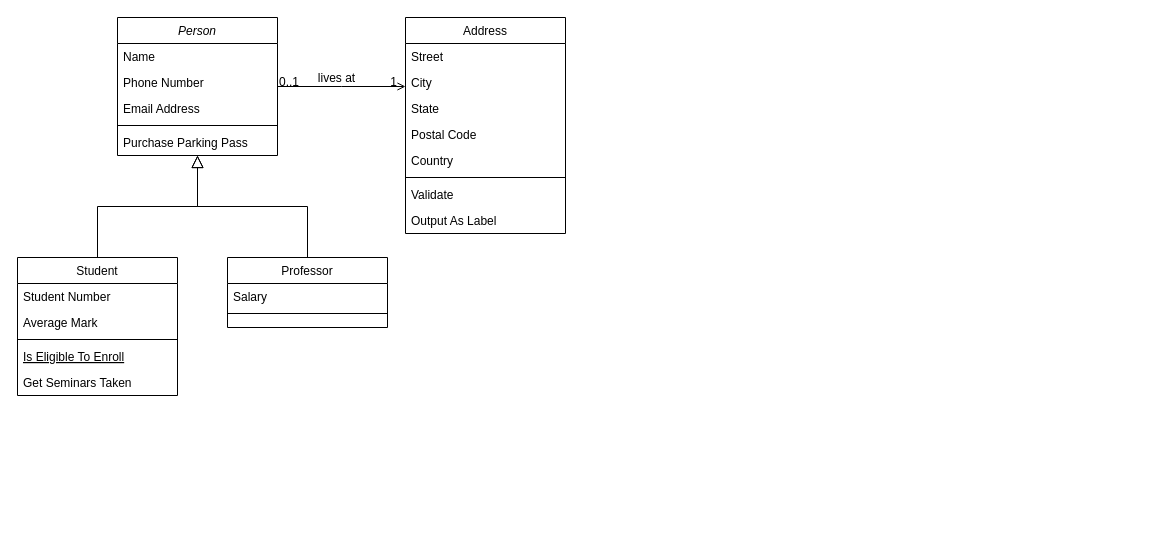
soukrat/diagram-yana keeps this draw.io diagram as Untitled Diagram.drawio. Above is the earlier version. Source tidied: cells renumbered, new cells numbered last; positions are measured from the earlier drawing's top-left corner, leaving out a move shared by most shapes. Both pictures are drawn from the tidied source at 100%, with x=0, y=0 at pixel (17, 17).
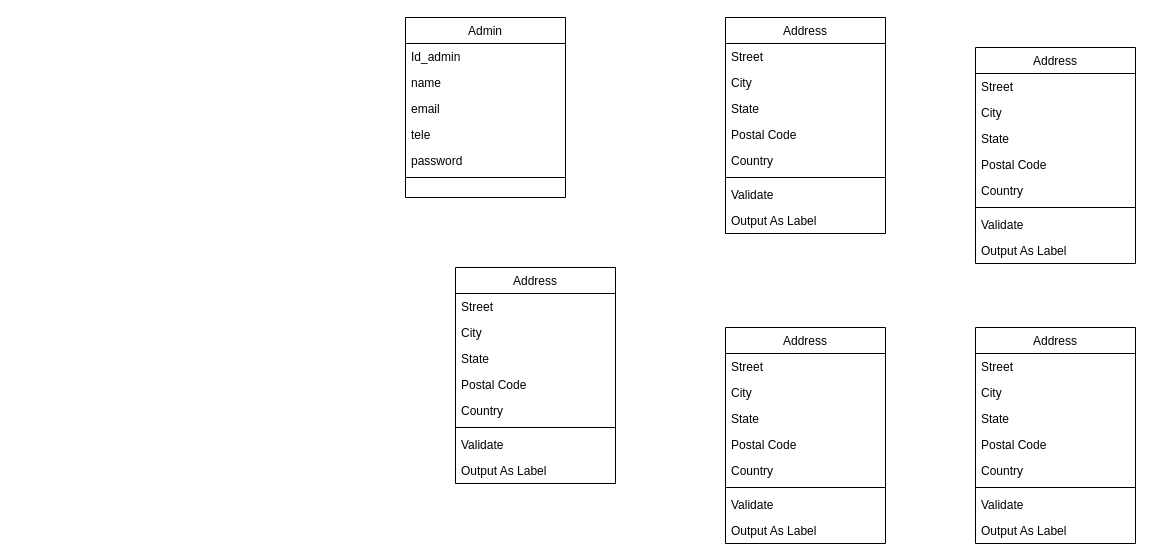
The same page after the edit.

Change to the diagram source:
```diff
@@
-    <mxCell id="2" value="Person" style="swimlane;fontStyle=2;align=center;verticalAlign=top;horizontal=1;startSize=26;rounded=0;shadow=0;strokeWidth=1;" parent="1" vertex="1">
-      <mxGeometry x="100" width="160" height="138" as="geometry" />
-    </mxCell>
-    <mxCell id="3" value="Name" style="text;align=left;verticalAlign=top;spacingLeft=4;spacingRight=4;overflow=hidden;" parent="2" vertex="1">
-      <mxGeometry y="26" width="160" height="26" as="geometry" />
-    </mxCell>
-    <mxCell id="4" value="Phone Number" style="text;align=left;verticalAlign=top;spacingLeft=4;spacingRight=4;overflow=hidden;rounded=0;shadow=0;html=0;" parent="2" vertex="1">
-      <mxGeometry y="52" width="160" height="26" as="geometry" />
-    </mxCell>
-    <mxCell id="5" value="Email Address" style="text;align=left;verticalAlign=top;spacingLeft=4;spacingRight=4;overflow=hidden;rounded=0;shadow=0;html=0;" parent="2" vertex="1">
-      <mxGeometry y="78" width="160" height="26" as="geometry" />
-    </mxCell>
-    <mxCell id="6" style="line;html=1;strokeWidth=1;align=left;verticalAlign=middle;spacingTop=-1;spacingLeft=3;spacingRight=3;labelPosition=right;" parent="2" vertex="1">
-      <mxGeometry y="104" width="160" height="8" as="geometry" />
-    </mxCell>
-    <mxCell id="7" value="Purchase Parking Pass" style="text;align=left;verticalAlign=top;spacingLeft=4;spacingRight=4;overflow=hidden;" parent="2" vertex="1">
-      <mxGeometry y="112" width="160" height="26" as="geometry" />
-    </mxCell>
-    <mxCell id="8" value="Student" style="swimlane;fontStyle=0;align=center;verticalAlign=top;horizontal=1;startSize=26;rounded=0;shadow=0;strokeWidth=1;" parent="1" vertex="1">
-      <mxGeometry y="240" width="160" height="138" as="geometry" />
-    </mxCell>
-    <mxCell id="9" value="Student Number" style="text;align=left;verticalAlign=top;spacingLeft=4;spacingRight=4;overflow=hidden;" parent="8" vertex="1">
-      <mxGeometry y="26" width="160" height="26" as="geometry" />
-    </mxCell>
-    <mxCell id="10" value="Average Mark" style="text;align=left;verticalAlign=top;spacingLeft=4;spacingRight=4;overflow=hidden;rounded=0;shadow=0;html=0;" parent="8" vertex="1">
-      <mxGeometry y="52" width="160" height="26" as="geometry" />
-    </mxCell>
-    <mxCell id="11" style="line;html=1;strokeWidth=1;align=left;verticalAlign=middle;spacingTop=-1;spacingLeft=3;spacingRight=3;labelPosition=right;" parent="8" vertex="1">
-      <mxGeometry y="78" width="160" height="8" as="geometry" />
-    </mxCell>
-    <mxCell id="12" value="Is Eligible To Enroll" style="text;align=left;verticalAlign=top;spacingLeft=4;spacingRight=4;overflow=hidden;fontStyle=4;" parent="8" vertex="1">
-      <mxGeometry y="86" width="160" height="26" as="geometry" />
-    </mxCell>
-    <mxCell id="13" value="Get Seminars Taken" style="text;align=left;verticalAlign=top;spacingLeft=4;spacingRight=4;overflow=hidden;" parent="8" vertex="1">
-      <mxGeometry y="112" width="160" height="26" as="geometry" />
-    </mxCell>
-    <mxCell id="14" style="endArrow=block;endSize=10;endFill=0;shadow=0;strokeWidth=1;rounded=0;edgeStyle=elbowEdgeStyle;elbow=vertical;" parent="1" edge="1" source="8" target="2">
-      <mxGeometry relative="1" as="geometry" />
-    </mxCell>
-    <mxCell id="15" value="Professor" style="swimlane;fontStyle=0;align=center;verticalAlign=top;horizontal=1;startSize=26;rounded=0;shadow=0;strokeWidth=1;" parent="1" vertex="1">
-      <mxGeometry x="210" y="240" width="160" height="70" as="geometry" />
-    </mxCell>
-    <mxCell id="16" value="Salary" style="text;align=left;verticalAlign=top;spacingLeft=4;spacingRight=4;overflow=hidden;" parent="15" vertex="1">
-      <mxGeometry y="26" width="160" height="26" as="geometry" />
-    </mxCell>
-    <mxCell id="17" style="line;html=1;strokeWidth=1;align=left;verticalAlign=middle;spacingTop=-1;spacingLeft=3;spacingRight=3;labelPosition=right;" parent="15" vertex="1">
-      <mxGeometry y="52" width="160" height="8" as="geometry" />
-    </mxCell>
-    <mxCell id="18" style="endArrow=block;endSize=10;endFill=0;shadow=0;strokeWidth=1;rounded=0;edgeStyle=elbowEdgeStyle;elbow=vertical;" parent="1" edge="1" source="15" target="2">
-      <mxGeometry relative="1" as="geometry" />
-    </mxCell>
-    <mxCell id="19" value="Address" style="swimlane;fontStyle=0;align=center;verticalAlign=top;horizontal=1;startSize=26;rounded=0;shadow=0;strokeWidth=1;" parent="1" vertex="1">
-      <mxGeometry x="388" width="160" height="216" as="geometry" />
+    <mxCell id="19" value="Admin" style="swimlane;fontStyle=0;align=center;verticalAlign=top;horizontal=1;startSize=26;rounded=0;shadow=0;strokeWidth=1;" parent="1" vertex="1">
+      <mxGeometry x="388" width="160" height="180" as="geometry" />
     </mxCell>
-    <mxCell id="20" value="Street" style="text;align=left;verticalAlign=top;spacingLeft=4;spacingRight=4;overflow=hidden;" parent="19" vertex="1">
+    <mxCell id="20" value="Id_admin" style="text;align=left;verticalAlign=top;spacingLeft=4;spacingRight=4;overflow=hidden;" parent="19" vertex="1">
       <mxGeometry y="26" width="160" height="26" as="geometry" />
     </mxCell>
-    <mxCell id="21" value="City" style="text;align=left;verticalAlign=top;spacingLeft=4;spacingRight=4;overflow=hidden;rounded=0;shadow=0;html=0;" parent="19" vertex="1">
+    <mxCell id="21" value="name" style="text;align=left;verticalAlign=top;spacingLeft=4;spacingRight=4;overflow=hidden;rounded=0;shadow=0;html=0;" parent="19" vertex="1">
       <mxGeometry y="52" width="160" height="26" as="geometry" />
     </mxCell>
-    <mxCell id="22" value="State" style="text;align=left;verticalAlign=top;spacingLeft=4;spacingRight=4;overflow=hidden;rounded=0;shadow=0;html=0;" parent="19" vertex="1">
+    <mxCell id="22" value="email" style="text;align=left;verticalAlign=top;spacingLeft=4;spacingRight=4;overflow=hidden;rounded=0;shadow=0;html=0;" parent="19" vertex="1">
       <mxGeometry y="78" width="160" height="26" as="geometry" />
     </mxCell>
-    <mxCell id="23" value="Postal Code" style="text;align=left;verticalAlign=top;spacingLeft=4;spacingRight=4;overflow=hidden;rounded=0;shadow=0;html=0;" parent="19" vertex="1">
+    <mxCell id="23" value="tele" style="text;align=left;verticalAlign=top;spacingLeft=4;spacingRight=4;overflow=hidden;rounded=0;shadow=0;html=0;" parent="19" vertex="1">
       <mxGeometry y="104" width="160" height="26" as="geometry" />
     </mxCell>
-    <mxCell id="24" value="Country" style="text;align=left;verticalAlign=top;spacingLeft=4;spacingRight=4;overflow=hidden;rounded=0;shadow=0;html=0;" parent="19" vertex="1">
+    <mxCell id="24" value="password" style="text;align=left;verticalAlign=top;spacingLeft=4;spacingRight=4;overflow=hidden;rounded=0;shadow=0;html=0;" parent="19" vertex="1">
       <mxGeometry y="130" width="160" height="26" as="geometry" />
     </mxCell>
@@
-    <mxCell id="26" value="Validate" style="text;align=left;verticalAlign=top;spacingLeft=4;spacingRight=4;overflow=hidden;" parent="19" vertex="1">
-      <mxGeometry y="164" width="160" height="26" as="geometry" />
-    </mxCell>
-    <mxCell id="27" value="Output As Label" style="text;align=left;verticalAlign=top;spacingLeft=4;spacingRight=4;overflow=hidden;" parent="19" vertex="1">
-      <mxGeometry y="190" width="160" height="26" as="geometry" />
-    </mxCell>
-    <mxCell id="28" style="endArrow=open;shadow=0;strokeWidth=1;rounded=0;endFill=1;edgeStyle=elbowEdgeStyle;elbow=vertical;" parent="1" edge="1" source="2" target="19">
-      <mxGeometry x="0.5" y="41" relative="1" as="geometry">
-        <mxPoint x="-40" y="32" as="offset" />
-      </mxGeometry>
-    </mxCell>
-    <mxCell id="29" value="0..1" style="align=left;verticalAlign=bottom;labelBackgroundColor=none;fontSize=12;" parent="28" vertex="1">
-      <mxGeometry x="-1" relative="1" as="geometry">
-        <mxPoint y="4" as="offset" />
-      </mxGeometry>
-    </mxCell>
-    <mxCell id="30" value="1" style="align=right;verticalAlign=bottom;labelBackgroundColor=none;fontSize=12;" parent="28" vertex="1">
-      <mxGeometry x="1" relative="1" as="geometry">
-        <mxPoint x="-7" y="4" as="offset" />
-      </mxGeometry>
-    </mxCell>
-    <mxCell id="31" value="lives at" style="text;html=1;align=center;verticalAlign=middle;labelBackgroundColor=none;rounded=0;shadow=0;strokeWidth=1;fontSize=12;" parent="28" vertex="1">
-      <mxGeometry x="0.5" y="49" relative="1" as="geometry">
-        <mxPoint x="-38" y="40" as="offset" />
-      </mxGeometry>
-    </mxCell>
+    <mxCell id="32" value="Address" style="swimlane;fontStyle=0;align=center;verticalAlign=top;horizontal=1;startSize=26;rounded=0;shadow=0;strokeWidth=1;" parent="1" vertex="1">
+      <mxGeometry x="708" width="160" height="216" as="geometry" />
+    </mxCell>
+    <mxCell id="33" value="Street" style="text;align=left;verticalAlign=top;spacingLeft=4;spacingRight=4;overflow=hidden;" parent="32" vertex="1">
+      <mxGeometry y="26" width="160" height="26" as="geometry" />
+    </mxCell>
+    <mxCell id="34" value="City" style="text;align=left;verticalAlign=top;spacingLeft=4;spacingRight=4;overflow=hidden;rounded=0;shadow=0;html=0;" parent="32" vertex="1">
+      <mxGeometry y="52" width="160" height="26" as="geometry" />
+    </mxCell>
+    <mxCell id="35" value="State" style="text;align=left;verticalAlign=top;spacingLeft=4;spacingRight=4;overflow=hidden;rounded=0;shadow=0;html=0;" parent="32" vertex="1">
+      <mxGeometry y="78" width="160" height="26" as="geometry" />
+    </mxCell>
+    <mxCell id="36" value="Postal Code" style="text;align=left;verticalAlign=top;spacingLeft=4;spacingRight=4;overflow=hidden;rounded=0;shadow=0;html=0;" parent="32" vertex="1">
+      <mxGeometry y="104" width="160" height="26" as="geometry" />
+    </mxCell>
+    <mxCell id="37" value="Country" style="text;align=left;verticalAlign=top;spacingLeft=4;spacingRight=4;overflow=hidden;rounded=0;shadow=0;html=0;" parent="32" vertex="1">
+      <mxGeometry y="130" width="160" height="26" as="geometry" />
+    </mxCell>
+    <mxCell id="38" style="line;html=1;strokeWidth=1;align=left;verticalAlign=middle;spacingTop=-1;spacingLeft=3;spacingRight=3;labelPosition=right;" parent="32" vertex="1">
+      <mxGeometry y="156" width="160" height="8" as="geometry" />
+    </mxCell>
+    <mxCell id="39" value="Validate" style="text;align=left;verticalAlign=top;spacingLeft=4;spacingRight=4;overflow=hidden;" parent="32" vertex="1">
+      <mxGeometry y="164" width="160" height="26" as="geometry" />
+    </mxCell>
+    <mxCell id="40" value="Output As Label" style="text;align=left;verticalAlign=top;spacingLeft=4;spacingRight=4;overflow=hidden;" parent="32" vertex="1">
+      <mxGeometry y="190" width="160" height="26" as="geometry" />
+    </mxCell>
+    <mxCell id="41" value="Address" style="swimlane;fontStyle=0;align=center;verticalAlign=top;horizontal=1;startSize=26;rounded=0;shadow=0;strokeWidth=1;" parent="1" vertex="1">
+      <mxGeometry x="958" y="30" width="160" height="216" as="geometry" />
+    </mxCell>
+    <mxCell id="42" value="Street" style="text;align=left;verticalAlign=top;spacingLeft=4;spacingRight=4;overflow=hidden;" parent="41" vertex="1">
+      <mxGeometry y="26" width="160" height="26" as="geometry" />
+    </mxCell>
+    <mxCell id="43" value="City" style="text;align=left;verticalAlign=top;spacingLeft=4;spacingRight=4;overflow=hidden;rounded=0;shadow=0;html=0;" parent="41" vertex="1">
+      <mxGeometry y="52" width="160" height="26" as="geometry" />
+    </mxCell>
+    <mxCell id="44" value="State" style="text;align=left;verticalAlign=top;spacingLeft=4;spacingRight=4;overflow=hidden;rounded=0;shadow=0;html=0;" parent="41" vertex="1">
+      <mxGeometry y="78" width="160" height="26" as="geometry" />
+    </mxCell>
+    <mxCell id="45" value="Postal Code" style="text;align=left;verticalAlign=top;spacingLeft=4;spacingRight=4;overflow=hidden;rounded=0;shadow=0;html=0;" parent="41" vertex="1">
+      <mxGeometry y="104" width="160" height="26" as="geometry" />
+    </mxCell>
+    <mxCell id="46" value="Country" style="text;align=left;verticalAlign=top;spacingLeft=4;spacingRight=4;overflow=hidden;rounded=0;shadow=0;html=0;" parent="41" vertex="1">
+      <mxGeometry y="130" width="160" height="26" as="geometry" />
+    </mxCell>
+    <mxCell id="47" style="line;html=1;strokeWidth=1;align=left;verticalAlign=middle;spacingTop=-1;spacingLeft=3;spacingRight=3;labelPosition=right;" parent="41" vertex="1">
+      <mxGeometry y="156" width="160" height="8" as="geometry" />
+    </mxCell>
+    <mxCell id="48" value="Validate" style="text;align=left;verticalAlign=top;spacingLeft=4;spacingRight=4;overflow=hidden;" parent="41" vertex="1">
+      <mxGeometry y="164" width="160" height="26" as="geometry" />
+    </mxCell>
+    <mxCell id="49" value="Output As Label" style="text;align=left;verticalAlign=top;spacingLeft=4;spacingRight=4;overflow=hidden;" parent="41" vertex="1">
+      <mxGeometry y="190" width="160" height="26" as="geometry" />
+    </mxCell>
+    <mxCell id="50" value="Address" style="swimlane;fontStyle=0;align=center;verticalAlign=top;horizontal=1;startSize=26;rounded=0;shadow=0;strokeWidth=1;" parent="1" vertex="1">
+      <mxGeometry x="438" y="250" width="160" height="216" as="geometry" />
+    </mxCell>
+    <mxCell id="51" value="Street" style="text;align=left;verticalAlign=top;spacingLeft=4;spacingRight=4;overflow=hidden;" parent="50" vertex="1">
+      <mxGeometry y="26" width="160" height="26" as="geometry" />
+    </mxCell>
+    <mxCell id="52" value="City" style="text;align=left;verticalAlign=top;spacingLeft=4;spacingRight=4;overflow=hidden;rounded=0;shadow=0;html=0;" parent="50" vertex="1">
+      <mxGeometry y="52" width="160" height="26" as="geometry" />
+    </mxCell>
+    <mxCell id="53" value="State" style="text;align=left;verticalAlign=top;spacingLeft=4;spacingRight=4;overflow=hidden;rounded=0;shadow=0;html=0;" parent="50" vertex="1">
+      <mxGeometry y="78" width="160" height="26" as="geometry" />
+    </mxCell>
+    <mxCell id="54" value="Postal Code" style="text;align=left;verticalAlign=top;spacingLeft=4;spacingRight=4;overflow=hidden;rounded=0;shadow=0;html=0;" parent="50" vertex="1">
+      <mxGeometry y="104" width="160" height="26" as="geometry" />
+    </mxCell>
+    <mxCell id="55" value="Country" style="text;align=left;verticalAlign=top;spacingLeft=4;spacingRight=4;overflow=hidden;rounded=0;shadow=0;html=0;" parent="50" vertex="1">
+      <mxGeometry y="130" width="160" height="26" as="geometry" />
+    </mxCell>
+    <mxCell id="56" style="line;html=1;strokeWidth=1;align=left;verticalAlign=middle;spacingTop=-1;spacingLeft=3;spacingRight=3;labelPosition=right;" parent="50" vertex="1">
+      <mxGeometry y="156" width="160" height="8" as="geometry" />
+    </mxCell>
+    <mxCell id="57" value="Validate" style="text;align=left;verticalAlign=top;spacingLeft=4;spacingRight=4;overflow=hidden;" parent="50" vertex="1">
+      <mxGeometry y="164" width="160" height="26" as="geometry" />
+    </mxCell>
+    <mxCell id="58" value="Output As Label" style="text;align=left;verticalAlign=top;spacingLeft=4;spacingRight=4;overflow=hidden;" parent="50" vertex="1">
+      <mxGeometry y="190" width="160" height="26" as="geometry" />
+    </mxCell>
+    <mxCell id="59" value="Address" style="swimlane;fontStyle=0;align=center;verticalAlign=top;horizontal=1;startSize=26;rounded=0;shadow=0;strokeWidth=1;" parent="1" vertex="1">
+      <mxGeometry x="708" y="310" width="160" height="216" as="geometry" />
+    </mxCell>
+    <mxCell id="60" value="Street" style="text;align=left;verticalAlign=top;spacingLeft=4;spacingRight=4;overflow=hidden;" parent="59" vertex="1">
+      <mxGeometry y="26" width="160" height="26" as="geometry" />
+    </mxCell>
+    <mxCell id="61" value="City" style="text;align=left;verticalAlign=top;spacingLeft=4;spacingRight=4;overflow=hidden;rounded=0;shadow=0;html=0;" parent="59" vertex="1">
+      <mxGeometry y="52" width="160" height="26" as="geometry" />
+    </mxCell>
+    <mxCell id="62" value="State" style="text;align=left;verticalAlign=top;spacingLeft=4;spacingRight=4;overflow=hidden;rounded=0;shadow=0;html=0;" parent="59" vertex="1">
+      <mxGeometry y="78" width="160" height="26" as="geometry" />
+    </mxCell>
+    <mxCell id="63" value="Postal Code" style="text;align=left;verticalAlign=top;spacingLeft=4;spacingRight=4;overflow=hidden;rounded=0;shadow=0;html=0;" parent="59" vertex="1">
+      <mxGeometry y="104" width="160" height="26" as="geometry" />
+    </mxCell>
+    <mxCell id="64" value="Country" style="text;align=left;verticalAlign=top;spacingLeft=4;spacingRight=4;overflow=hidden;rounded=0;shadow=0;html=0;" parent="59" vertex="1">
+      <mxGeometry y="130" width="160" height="26" as="geometry" />
+    </mxCell>
+    <mxCell id="65" style="line;html=1;strokeWidth=1;align=left;verticalAlign=middle;spacingTop=-1;spacingLeft=3;spacingRight=3;labelPosition=right;" parent="59" vertex="1">
+      <mxGeometry y="156" width="160" height="8" as="geometry" />
+    </mxCell>
+    <mxCell id="66" value="Validate" style="text;align=left;verticalAlign=top;spacingLeft=4;spacingRight=4;overflow=hidden;" parent="59" vertex="1">
+      <mxGeometry y="164" width="160" height="26" as="geometry" />
+    </mxCell>
+    <mxCell id="67" value="Output As Label" style="text;align=left;verticalAlign=top;spacingLeft=4;spacingRight=4;overflow=hidden;" parent="59" vertex="1">
+      <mxGeometry y="190" width="160" height="26" as="geometry" />
+    </mxCell>
+    <mxCell id="68" value="Address" style="swimlane;fontStyle=0;align=center;verticalAlign=top;horizontal=1;startSize=26;rounded=0;shadow=0;strokeWidth=1;" parent="1" vertex="1">
+      <mxGeometry x="958" y="310" width="160" height="216" as="geometry" />
+    </mxCell>
+    <mxCell id="69" value="Street" style="text;align=left;verticalAlign=top;spacingLeft=4;spacingRight=4;overflow=hidden;" parent="68" vertex="1">
+      <mxGeometry y="26" width="160" height="26" as="geometry" />
+    </mxCell>
+    <mxCell id="70" value="City" style="text;align=left;verticalAlign=top;spacingLeft=4;spacingRight=4;overflow=hidden;rounded=0;shadow=0;html=0;" parent="68" vertex="1">
+      <mxGeometry y="52" width="160" height="26" as="geometry" />
+    </mxCell>
+    <mxCell id="71" value="State" style="text;align=left;verticalAlign=top;spacingLeft=4;spacingRight=4;overflow=hidden;rounded=0;shadow=0;html=0;" parent="68" vertex="1">
+      <mxGeometry y="78" width="160" height="26" as="geometry" />
+    </mxCell>
+    <mxCell id="72" value="Postal Code" style="text;align=left;verticalAlign=top;spacingLeft=4;spacingRight=4;overflow=hidden;rounded=0;shadow=0;html=0;" parent="68" vertex="1">
+      <mxGeometry y="104" width="160" height="26" as="geometry" />
+    </mxCell>
+    <mxCell id="73" value="Country" style="text;align=left;verticalAlign=top;spacingLeft=4;spacingRight=4;overflow=hidden;rounded=0;shadow=0;html=0;" parent="68" vertex="1">
+      <mxGeometry y="130" width="160" height="26" as="geometry" />
+    </mxCell>
+    <mxCell id="74" style="line;html=1;strokeWidth=1;align=left;verticalAlign=middle;spacingTop=-1;spacingLeft=3;spacingRight=3;labelPosition=right;" parent="68" vertex="1">
+      <mxGeometry y="156" width="160" height="8" as="geometry" />
+    </mxCell>
+    <mxCell id="75" value="Validate" style="text;align=left;verticalAlign=top;spacingLeft=4;spacingRight=4;overflow=hidden;" parent="68" vertex="1">
+      <mxGeometry y="164" width="160" height="26" as="geometry" />
+    </mxCell>
+    <mxCell id="76" value="Output As Label" style="text;align=left;verticalAlign=top;spacingLeft=4;spacingRight=4;overflow=hidden;" parent="68" vertex="1">
+      <mxGeometry y="190" width="160" height="26" as="geometry" />
+    </mxCell>
```
